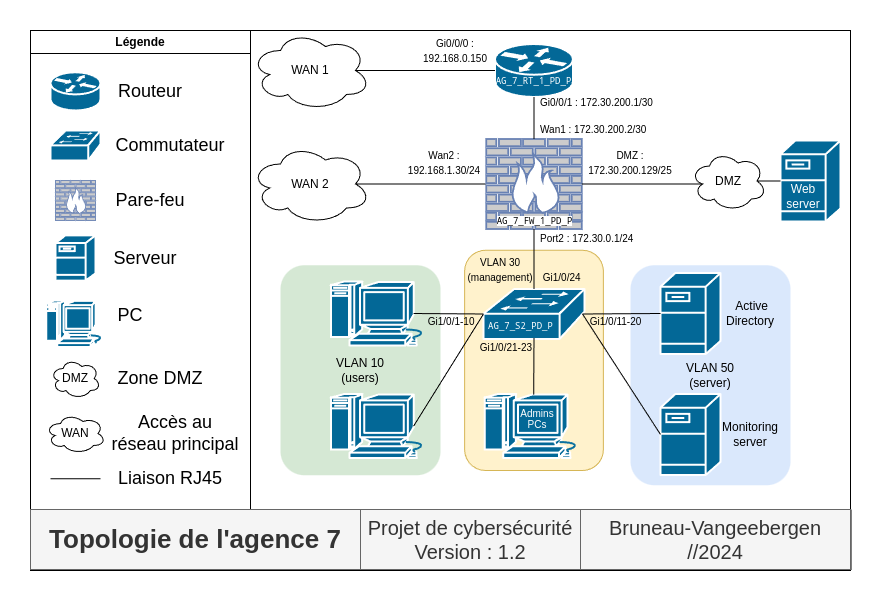
This is drawio/Topologie_Agence_7.drawio.png from trifoil/school-cyber, a draw.io export, as it was before one commit. Source tidied: cells renumbered, new cells last; positions are measured from the earlier drawing's top-left corner, leaving out a move shared by most shapes.
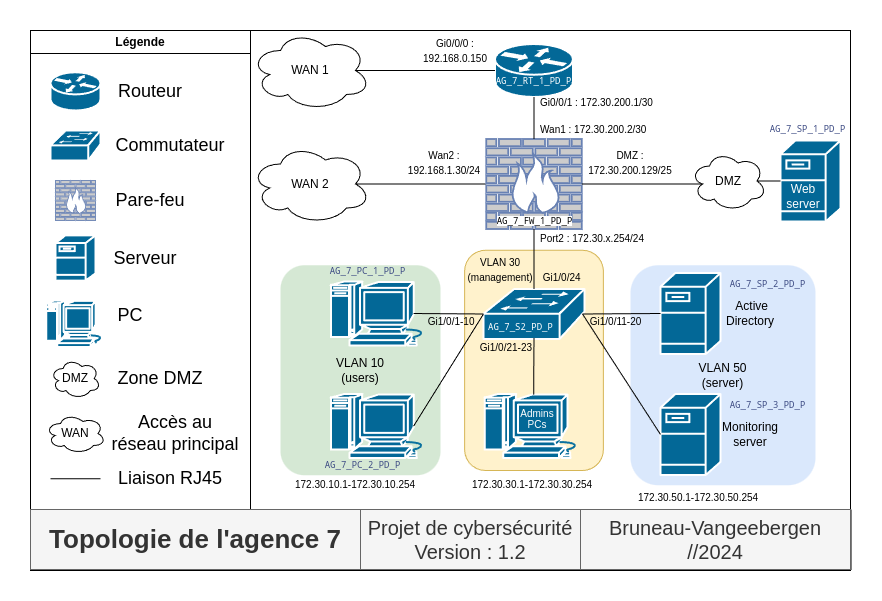
After the commit.

Commit message:
topo finie

What changed in the source:
```diff
@@ -12,7 +12,7 @@
       <mxGeometry x="250" y="234.8" width="160" height="210" as="geometry" />
     </mxCell>
     <mxCell id="5" value="VLAN 50&lt;br&gt;(server)" style="rounded=1;whiteSpace=wrap;html=1;fillColor=#dae8fc;strokeColor=none;" parent="1" vertex="1">
-      <mxGeometry x="600" y="234.8" width="160" height="220" as="geometry" />
+      <mxGeometry x="600" y="234.8" width="185" height="220" as="geometry" />
     </mxCell>
     <mxCell id="6" style="shape=mxgraph.cisco.computers_and_peripherals.macintosh;sketch=0;html=1;dashed=0;fillColor=#036897;strokeColor=#ffffff;strokeWidth=2;verticalLabelPosition=bottom;verticalAlign=top;align=center;outlineConnect=0;" parent="1" vertex="1">
       <mxGeometry x="300" y="251" width="99" height="64" as="geometry" />
@@ -167,7 +167,7 @@
     <mxCell id="55" value="&lt;font style=&quot;font-size: 10px;&quot;&gt;DMZ :&lt;/font&gt;&lt;div&gt;&lt;font style=&quot;font-size: 10px;&quot;&gt;172.30.200.129/25&lt;/font&gt;&lt;/div&gt;" style="text;html=1;align=center;verticalAlign=middle;whiteSpace=wrap;rounded=0;" parent="1" vertex="1">
       <mxGeometry x="585" y="125.5" width="30" height="13.5" as="geometry" />
     </mxCell>
-    <mxCell id="56" value="&lt;font style=&quot;font-size: 10px;&quot;&gt;Port2 : 172.30.0.1/24&lt;/font&gt;" style="text;html=1;align=left;verticalAlign=middle;whiteSpace=wrap;rounded=0;" parent="1" vertex="1">
+    <mxCell id="56" value="&lt;font style=&quot;font-size: 10px;&quot;&gt;Port2 : 172.30.x.254/24&lt;/font&gt;" style="text;html=1;align=left;verticalAlign=middle;whiteSpace=wrap;rounded=0;" parent="1" vertex="1">
       <mxGeometry x="507.5" y="201.5" width="147.5" height="13.5" as="geometry" />
     </mxCell>
     <mxCell id="57" value="&lt;div style=&quot;font-family: &amp;quot;Droid Sans Mono&amp;quot;, &amp;quot;monospace&amp;quot;, monospace; line-height: 19px; white-space: pre;&quot;&gt;&lt;font color=&quot;#ffffff&quot; style=&quot;font-size: 9px;&quot;&gt;AG_7_S2_PD_P&lt;/font&gt;&lt;/div&gt;" style="text;html=1;strokeColor=none;fillColor=none;align=center;verticalAlign=middle;whiteSpace=wrap;rounded=0;" parent="1" vertex="1">
@@ -203,5 +203,29 @@
     <mxCell id="67" value="&lt;span style=&quot;font-size: 10px;&quot;&gt;&amp;nbsp;Gi1/0/21-23&lt;/span&gt;" style="text;html=1;align=left;verticalAlign=middle;whiteSpace=wrap;rounded=0;" parent="1" vertex="1">
       <mxGeometry x="445" y="310" width="60" height="13.5" as="geometry" />
     </mxCell>
+    <mxCell id="68" value="&lt;font style=&quot;font-size: 10px;&quot;&gt;172.30.10.1-172.30.10.254&lt;/font&gt;" style="text;html=1;align=left;verticalAlign=middle;whiteSpace=wrap;rounded=0;" parent="1" vertex="1">
+      <mxGeometry x="263" y="447" width="147.5" height="13.5" as="geometry" />
+    </mxCell>
+    <mxCell id="69" value="&lt;font style=&quot;font-size: 10px;&quot;&gt;172.30.30.1-172.30.30.254&lt;/font&gt;" style="text;html=1;align=left;verticalAlign=middle;whiteSpace=wrap;rounded=0;" parent="1" vertex="1">
+      <mxGeometry x="440" y="447" width="147.5" height="13.5" as="geometry" />
+    </mxCell>
+    <mxCell id="70" value="&lt;font style=&quot;font-size: 10px;&quot;&gt;172.30.50.1-172.30.50.254&lt;/font&gt;" style="text;html=1;align=left;verticalAlign=middle;whiteSpace=wrap;rounded=0;" parent="1" vertex="1">
+      <mxGeometry x="606.2" y="460" width="147.5" height="13.5" as="geometry" />
+    </mxCell>
+    <mxCell id="71" value="&lt;div style=&quot;font-family: &amp;quot;Droid Sans Mono&amp;quot;, &amp;quot;monospace&amp;quot;, monospace; line-height: 19px; white-space: pre;&quot;&gt;&lt;font color=&quot;#3e4c84&quot; style=&quot;font-size: 9px;&quot;&gt;AG_7_PC_1_PD_P&lt;/font&gt;&lt;/div&gt;" style="text;html=1;strokeColor=none;fillColor=none;align=center;verticalAlign=middle;whiteSpace=wrap;rounded=0;" parent="1" vertex="1">
+      <mxGeometry x="305" y="229.6" width="64.9" height="21" as="geometry" />
+    </mxCell>
+    <mxCell id="72" value="&lt;div style=&quot;font-family: &amp;quot;Droid Sans Mono&amp;quot;, &amp;quot;monospace&amp;quot;, monospace; line-height: 19px; white-space: pre;&quot;&gt;&lt;font color=&quot;#3e4c84&quot; style=&quot;font-size: 9px;&quot;&gt;AG_7_PC_2_PD_P&lt;/font&gt;&lt;/div&gt;" style="text;html=1;strokeColor=none;fillColor=none;align=center;verticalAlign=middle;whiteSpace=wrap;rounded=0;" parent="1" vertex="1">
+      <mxGeometry x="300" y="423.5" width="64.9" height="21" as="geometry" />
+    </mxCell>
+    <mxCell id="73" value="&lt;div style=&quot;font-family: &amp;quot;Droid Sans Mono&amp;quot;, &amp;quot;monospace&amp;quot;, monospace; line-height: 19px; white-space: pre;&quot;&gt;&lt;font color=&quot;#3e4c84&quot; style=&quot;font-size: 9px;&quot;&gt;AG_7_SP_2_PD_P&lt;/font&gt;&lt;/div&gt;" style="text;html=1;strokeColor=none;fillColor=none;align=center;verticalAlign=middle;whiteSpace=wrap;rounded=0;" parent="1" vertex="1">
+      <mxGeometry x="705" y="242.5" width="64.9" height="21" as="geometry" />
+    </mxCell>
+    <mxCell id="74" value="&lt;div style=&quot;font-family: &amp;quot;Droid Sans Mono&amp;quot;, &amp;quot;monospace&amp;quot;, monospace; line-height: 19px; white-space: pre;&quot;&gt;&lt;font color=&quot;#3e4c84&quot; style=&quot;font-size: 9px;&quot;&gt;AG_7_SP_3_PD_P&lt;/font&gt;&lt;/div&gt;" style="text;html=1;strokeColor=none;fillColor=none;align=center;verticalAlign=middle;whiteSpace=wrap;rounded=0;" parent="1" vertex="1">
+      <mxGeometry x="705" y="363.5" width="64.9" height="21" as="geometry" />
+    </mxCell>
+    <mxCell id="75" value="&lt;div style=&quot;font-family: &amp;quot;Droid Sans Mono&amp;quot;, &amp;quot;monospace&amp;quot;, monospace; line-height: 19px; white-space: pre;&quot;&gt;&lt;font color=&quot;#3e4c84&quot; style=&quot;font-size: 9px;&quot;&gt;AG_7_SP_1_PD_P&lt;/font&gt;&lt;/div&gt;" style="text;html=1;strokeColor=none;fillColor=none;align=center;verticalAlign=middle;whiteSpace=wrap;rounded=0;" parent="1" vertex="1">
+      <mxGeometry x="745.1" y="87.5" width="64.9" height="21" as="geometry" />
+    </mxCell>
   </root>
 </mxGraphModel>
```
